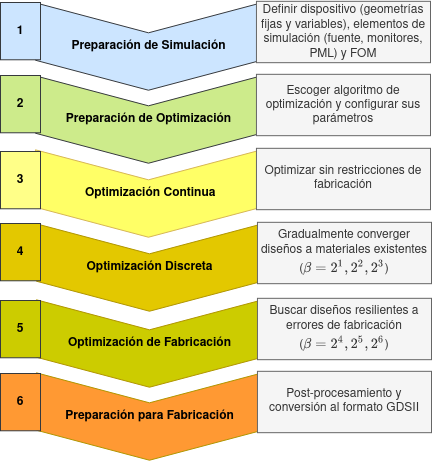
TISparta/bachelor-tesis keeps this draw.io diagram as image/proposal/pipeline.png. Above is the earlier version. Source tidied: cells renumbered, new cells last; positions are measured from the earlier drawing's top-left corner, leaving out a move shared by most shapes.
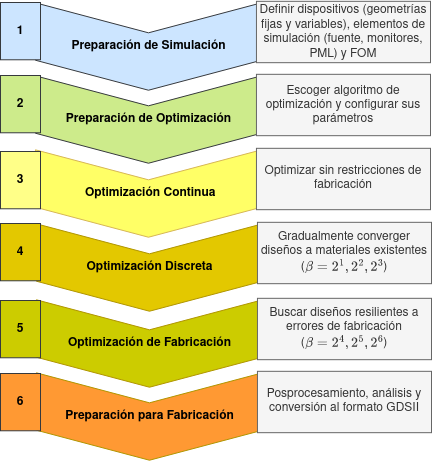
The same diagram one commit later.

What changed in the source:
```diff
@@ -44,7 +44,7 @@
     <mxCell id="15" value="&lt;b&gt;Preparación de Simulación&lt;br&gt;&lt;/b&gt;" style="html=1;shadow=0;dashed=0;align=center;verticalAlign=middle;shape=mxgraph.arrows2.arrow;dy=0;dx=30;notch=30;rotation=90;sketch=0;horizontal=0;fillColor=#cce5ff;strokeColor=#36393d;" parent="14" vertex="1">
       <mxGeometry x="64.3" y="-67.3" width="87.4" height="226.1" as="geometry" />
     </mxCell>
-    <mxCell id="16" value="Definir dispositivo (geometrías fijas y variables), elementos de simulación (fuente, monitores, PML) y FOM" style="whiteSpace=wrap;html=1;shadow=0;dashed=0;sketch=0;fillColor=#f5f5f5;fontColor=#333333;strokeColor=#666666;" parent="14" vertex="1">
+    <mxCell id="16" value="Definir dispositivos (geometrías fijas y variables), elementos de simulación (fuente, monitores, PML) y FOM" style="whiteSpace=wrap;html=1;shadow=0;dashed=0;sketch=0;fillColor=#f5f5f5;fontColor=#333333;strokeColor=#666666;" parent="14" vertex="1">
       <mxGeometry x="216" y="0.5" width="174" height="61.4" as="geometry" />
     </mxCell>
     <mxCell id="17" style="group;" parent="1" vertex="1">
@@ -53,7 +53,7 @@
     <mxCell id="18" value="&lt;b&gt;Preparación para Fabricación&lt;/b&gt;" style="html=1;shadow=0;dashed=0;align=center;verticalAlign=middle;shape=mxgraph.arrows2.arrow;dy=0;dx=30;notch=30;rotation=90;sketch=0;horizontal=0;fillColor=#FF9933;strokeColor=#B09500;fontColor=#000000;" parent="17" vertex="1">
       <mxGeometry x="64.3" y="-67.3" width="87.4" height="226.1" as="geometry" />
     </mxCell>
-    <mxCell id="19" value="&lt;div&gt;Post-procesamiento y&lt;br&gt;&lt;/div&gt;&lt;div&gt;conversión al formato GDSII&lt;/div&gt;" style="whiteSpace=wrap;html=1;shadow=0;dashed=0;sketch=0;fillColor=#f5f5f5;fontColor=#333333;strokeColor=#666666;" parent="17" vertex="1">
+    <mxCell id="19" value="&lt;div&gt;Posprocesamiento, análisis y&lt;br&gt;&lt;/div&gt;&lt;div&gt;conversión al formato GDSII&lt;/div&gt;" style="whiteSpace=wrap;html=1;shadow=0;dashed=0;sketch=0;fillColor=#f5f5f5;fontColor=#333333;strokeColor=#666666;" parent="17" vertex="1">
       <mxGeometry x="216" y="0.5" width="174" height="61.4" as="geometry" />
     </mxCell>
     <mxCell id="20" value="1" style="rounded=0;whiteSpace=wrap;html=1;labelBackgroundColor=none;fillColor=#cce5ff;strokeColor=#36393d;fontColor=#000000;fontStyle=1;" parent="1" vertex="1">
```
